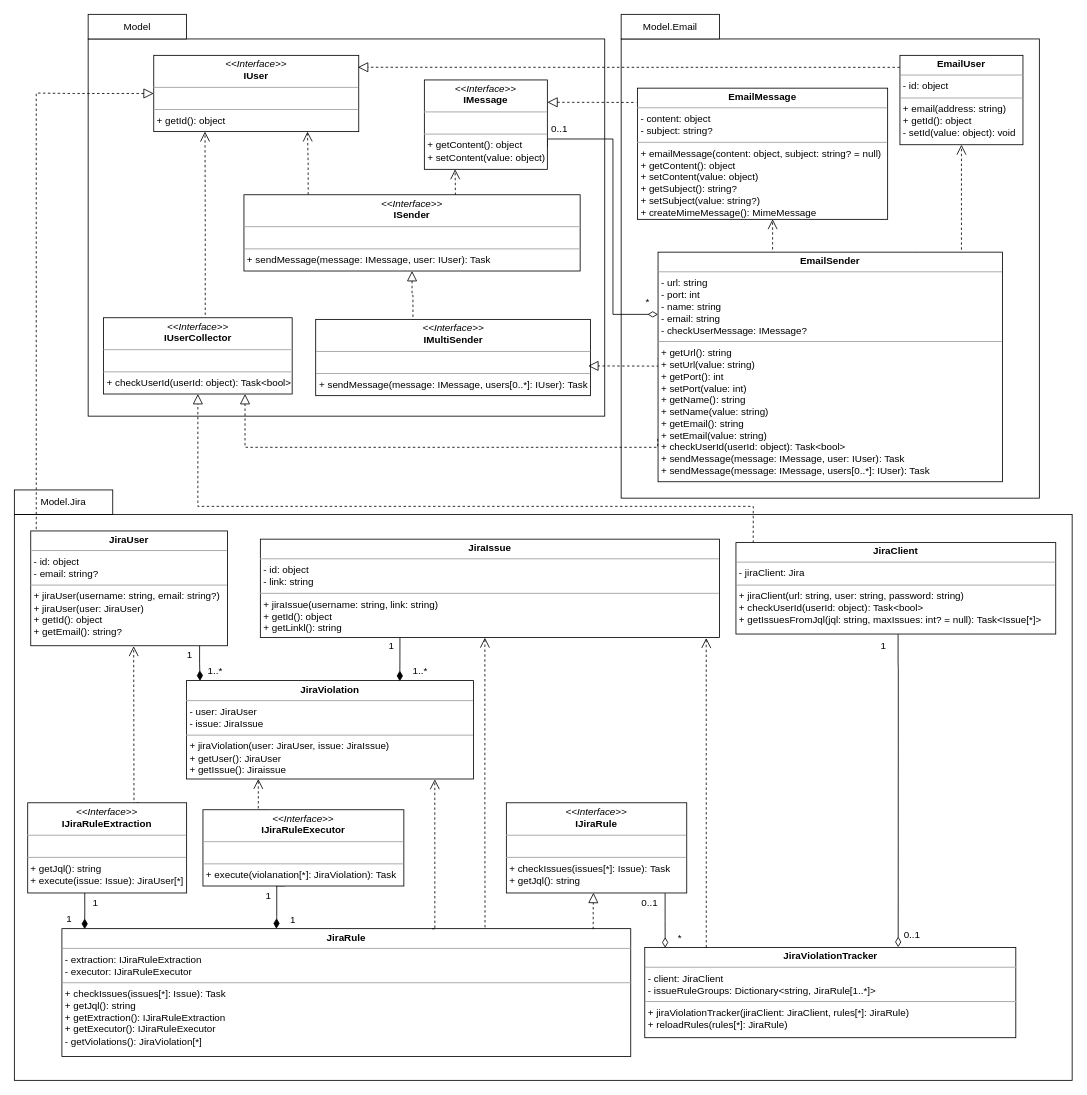
This is page "Class" (1 of 3) of docs/Diagrams.drawio from FolderMaster/Notifier, a draw.io file, before an edit. Source tidied: cells renumbered, new cells numbered last; positions are measured from the earlier drawing's top-left corner, leaving out a move shared by most shapes. Both pictures are drawn from the tidied source at 82%, with x=0, y=0 at pixel (14, 14).
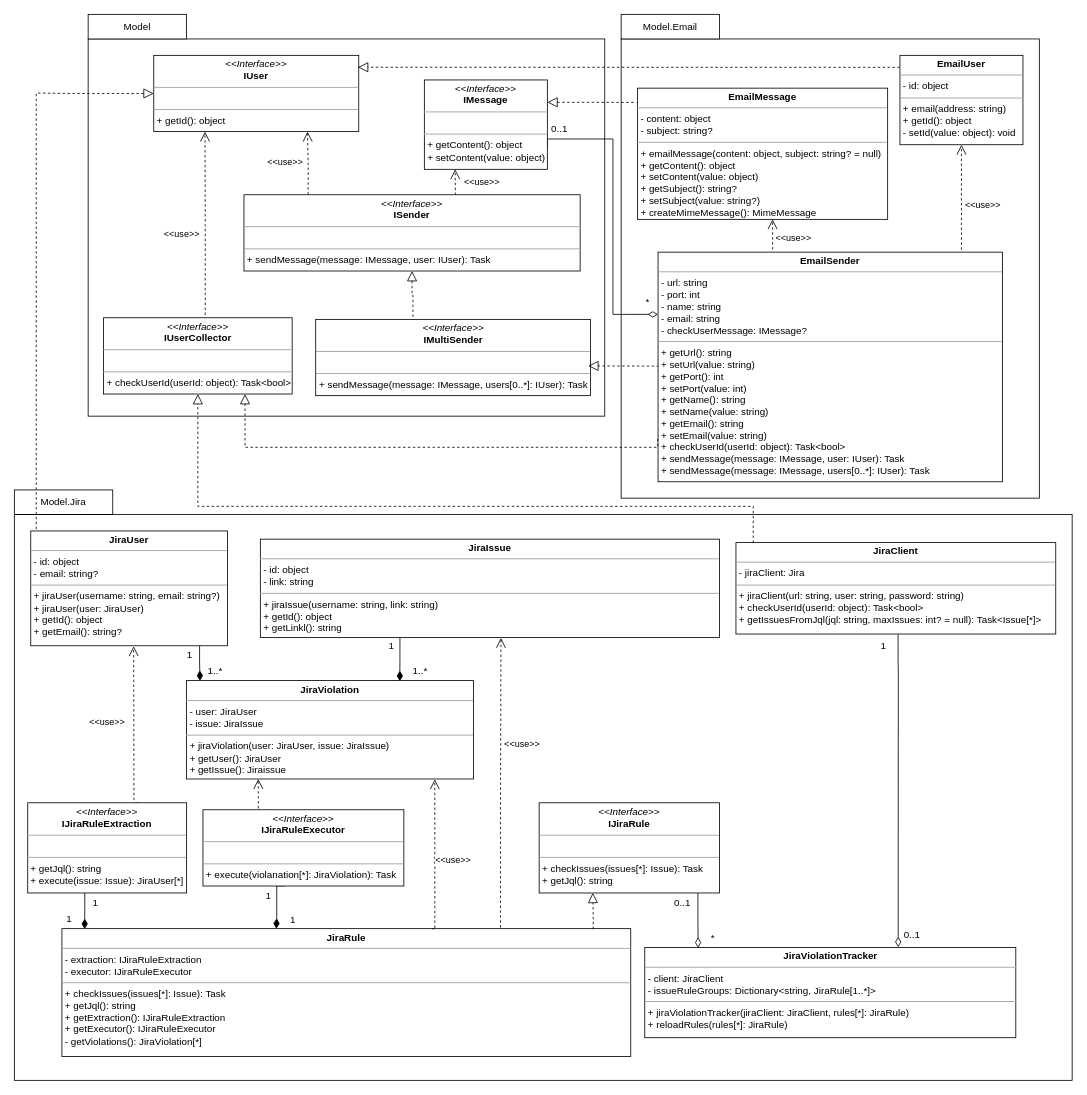
The same diagram, later.

The change refers to these unchanged cells:
```xml
<mxCell id="7" style="edgeStyle=orthogonalEdgeStyle;rounded=0;jettySize=auto;html=1;exitX=0.191;exitY=-0.002;exitDx=0;exitDy=0;entryX=0.75;entryY=1;entryDx=0;entryDy=0;endArrow=open;endFill=0;dashed=1;endSize=10;exitPerimeter=0;" parent="1" edge="1" source="9" target="19">
  <mxGeometry relative="1" as="geometry" />
</mxCell>
<mxCell id="8" style="edgeStyle=orthogonalEdgeStyle;rounded=0;jettySize=auto;html=1;exitX=0.629;exitY=0.004;exitDx=0;exitDy=0;entryX=0.25;entryY=1;entryDx=0;entryDy=0;endArrow=open;endFill=0;endSize=10;dashed=1;exitPerimeter=0;" parent="1" edge="1" source="9" target="12">
  <mxGeometry relative="1" as="geometry" />
</mxCell>
<mxCell id="26" style="edgeStyle=orthogonalEdgeStyle;rounded=0;jettySize=auto;html=1;exitX=0.7;exitY=0.002;exitDx=0;exitDy=0;entryX=0.523;entryY=1.004;entryDx=0;entryDy=0;dashed=1;endArrow=open;endFill=0;endSize=10;entryPerimeter=0;exitPerimeter=0;" parent="1" edge="1" source="28" target="21">
  <mxGeometry relative="1" as="geometry">
    <Array as="points">
      <mxPoint x="146" y="1014" />
      <mxPoint x="146" y="1014" />
    </Array>
  </mxGeometry>
</mxCell>
<mxCell id="29" value="&lt;p style=&quot;margin:0px;margin-top:4px;text-align:center;&quot;&gt;&lt;b&gt;JiraViolationTracker&lt;/b&gt;&lt;br&gt;&lt;/p&gt;&lt;hr size=&quot;1&quot;&gt;&lt;p style=&quot;margin:0px;margin-left:4px;&quot;&gt;&lt;span style=&quot;background-color: initial;&quot;&gt;- client: JiraClient&lt;/span&gt;&lt;br&gt;&lt;/p&gt;&lt;p style=&quot;margin: 0px 0px 0px 4px;&quot;&gt;- issueRuleGroups: Dictionary&amp;lt;string, JiraRule[1..*]&amp;gt;&lt;/p&gt;&lt;hr size=&quot;1&quot;&gt;&lt;p style=&quot;margin: 0px 0px 0px 4px;&quot;&gt;&lt;span style=&quot;background-color: initial;&quot;&gt;+ j&lt;/span&gt;&lt;span style=&quot;text-align: center;&quot;&gt;iraViolationTracker&lt;/span&gt;&lt;span style=&quot;background-color: initial;&quot;&gt;(&lt;/span&gt;&lt;span style=&quot;background-color: initial;&quot;&gt;jiraClient:&amp;nbsp;&lt;/span&gt;&lt;span style=&quot;background-color: initial;&quot;&gt;JiraClient&lt;/span&gt;&lt;span style=&quot;background-color: initial;&quot;&gt;, rules[*]:&amp;nbsp;&lt;/span&gt;&lt;span style=&quot;background-color: initial;&quot;&gt;JiraRule&lt;/span&gt;&lt;span style=&quot;background-color: initial;&quot;&gt;)&lt;/span&gt;&lt;/p&gt;&lt;p style=&quot;margin: 0px 0px 0px 4px;&quot;&gt;+&amp;nbsp;&lt;span style=&quot;background-color: initial;&quot;&gt;reloadRules(rules[*]: JiraRule)&lt;/span&gt;&lt;/p&gt;" style="verticalAlign=top;align=left;overflow=fill;fontSize=12;fontFamily=Helvetica;html=1;rounded=0;shadow=0;comic=0;labelBackgroundColor=none;strokeWidth=1;" parent="1" vertex="1">
  <mxGeometry x="768.8" y="1138" width="452.5" height="110" as="geometry" />
</mxCell>
<mxCell id="30" style="edgeStyle=orthogonalEdgeStyle;rounded=0;jettySize=auto;html=1;exitX=0.25;exitY=0;exitDx=0;exitDy=0;entryX=0.54;entryY=0.999;entryDx=0;entryDy=0;endArrow=open;endFill=0;dashed=1;endSize=10;entryPerimeter=0;" parent="1" edge="1" source="32" target="6">
  <mxGeometry relative="1" as="geometry">
    <Array as="points">
      <mxPoint x="925" y="346" />
    </Array>
  </mxGeometry>
</mxCell>
<mxCell id="31" style="edgeStyle=orthogonalEdgeStyle;rounded=0;jettySize=auto;html=1;exitX=0.75;exitY=0;exitDx=0;exitDy=0;entryX=0.5;entryY=1;entryDx=0;entryDy=0;endArrow=open;endFill=0;dashed=1;endSize=10;" parent="1" edge="1" source="32" target="34">
  <mxGeometry relative="1" as="geometry">
    <Array as="points">
      <mxPoint x="1155" y="300" />
    </Array>
  </mxGeometry>
</mxCell>
<mxCell id="37" value="&lt;p style=&quot;margin:0px;margin-top:4px;text-align:center;&quot;&gt;&lt;b&gt;JiraIssue&lt;/b&gt;&lt;/p&gt;&lt;hr size=&quot;1&quot;&gt;&lt;p style=&quot;margin:0px;margin-left:4px;&quot;&gt;- id: object&lt;br&gt;&lt;/p&gt;&lt;p style=&quot;margin:0px;margin-left:4px;&quot;&gt;- link: string&lt;/p&gt;&lt;hr size=&quot;1&quot;&gt;&lt;p style=&quot;margin: 0px 0px 0px 4px;&quot;&gt;&lt;span style=&quot;background-color: initial;&quot;&gt;+ jiraIssue(username: string, link: string&lt;/span&gt;&lt;span style=&quot;background-color: initial;&quot;&gt;)&lt;/span&gt;&lt;/p&gt;&lt;p style=&quot;margin: 0px 0px 0px 4px;&quot;&gt;+ get&lt;span style=&quot;background-color: initial;&quot;&gt;Id(&lt;/span&gt;&lt;span style=&quot;background-color: initial;&quot;&gt;): object&lt;/span&gt;&lt;/p&gt;&lt;p style=&quot;margin: 0px 0px 0px 4px;&quot;&gt;&lt;span style=&quot;background-color: initial;&quot;&gt;+&amp;nbsp;&lt;/span&gt;&lt;span style=&quot;background-color: initial;&quot;&gt;getLinkl(&lt;/span&gt;&lt;span style=&quot;background-color: initial;&quot;&gt;): string&lt;/span&gt;&lt;/p&gt;" style="verticalAlign=top;align=left;overflow=fill;fontSize=12;fontFamily=Helvetica;html=1;rounded=0;shadow=0;comic=0;labelBackgroundColor=none;strokeWidth=1;" parent="1" vertex="1">
  <mxGeometry x="300" y="640" width="560" height="120" as="geometry" />
</mxCell>
<mxCell id="39" value="&lt;p style=&quot;margin:0px;margin-top:4px;text-align:center;&quot;&gt;&lt;b&gt;JiraRule&lt;/b&gt;&lt;/p&gt;&lt;hr size=&quot;1&quot;&gt;&lt;p style=&quot;margin:0px;margin-left:4px;&quot;&gt;- extraction: IJiraRuleExtraction&lt;br&gt;&lt;/p&gt;&lt;p style=&quot;margin:0px;margin-left:4px;&quot;&gt;- executor: IJiraRuleExecutor&lt;/p&gt;&lt;hr size=&quot;1&quot;&gt;&lt;p style=&quot;margin: 0px 0px 0px 4px;&quot;&gt;&lt;span style=&quot;background-color: initial;&quot;&gt;+&amp;nbsp;&lt;/span&gt;&lt;span style=&quot;background-color: initial;&quot;&gt;checkIssues(issues&lt;/span&gt;&lt;span style=&quot;background-color: initial;&quot;&gt;[*]&lt;/span&gt;&lt;span style=&quot;background-color: initial;&quot;&gt;:&amp;nbsp;&lt;/span&gt;&lt;span style=&quot;background-color: initial;&quot;&gt;Issue): Task&lt;/span&gt;&lt;/p&gt;&lt;p style=&quot;margin: 0px 0px 0px 4px;&quot;&gt;+ get&lt;span style=&quot;background-color: initial;&quot;&gt;Jql(): string&lt;/span&gt;&lt;/p&gt;&lt;p style=&quot;margin: 0px 0px 0px 4px;&quot;&gt;&lt;span style=&quot;background-color: initial;&quot;&gt;+ getExtraction():&amp;nbsp;&lt;/span&gt;IJiraRule&lt;span style=&quot;background-color: initial; text-align: left;&quot;&gt;Extraction&lt;br&gt;+ &lt;/span&gt;&lt;span style=&quot;background-color: initial;&quot;&gt;get&lt;/span&gt;Executor&lt;span style=&quot;background-color: initial;&quot;&gt;():&amp;nbsp;&lt;/span&gt;IJiraRuleExecutor&lt;span style=&quot;background-color: initial;&quot;&gt;&lt;/span&gt;&lt;/p&gt;&lt;p style=&quot;margin: 0px 0px 0px 4px;&quot;&gt;&lt;span style=&quot;background-color: initial;&quot;&gt;-&amp;nbsp;&lt;/span&gt;&lt;span style=&quot;background-color: initial;&quot;&gt;getViolations():&amp;nbsp;&lt;/span&gt;&lt;span style=&quot;background-color: initial;&quot;&gt;JiraViolation[*]&lt;/span&gt;&lt;/p&gt;" style="verticalAlign=top;align=left;overflow=fill;fontSize=12;fontFamily=Helvetica;html=1;rounded=0;shadow=0;comic=0;labelBackgroundColor=none;strokeWidth=1;" parent="1" vertex="1">
  <mxGeometry x="58" y="1115" width="693.7" height="156" as="geometry" />
</mxCell>
<mxCell id="40" style="edgeStyle=orthogonalEdgeStyle;rounded=0;jettySize=auto;html=1;exitX=0.539;exitY=-0.037;exitDx=0;exitDy=0;entryX=0.25;entryY=1;entryDx=0;entryDy=0;endArrow=open;endFill=0;dashed=1;endSize=10;exitPerimeter=0;" parent="1" edge="1" source="42" target="19">
  <mxGeometry relative="1" as="geometry" />
</mxCell>
<mxCell id="60" style="edgeStyle=orthogonalEdgeStyle;rounded=0;jettySize=auto;html=1;exitX=0.655;exitY=0.001;exitDx=0;exitDy=0;entryX=0.865;entryY=1.003;entryDx=0;entryDy=0;endArrow=open;endFill=0;endSize=10;dashed=1;exitPerimeter=0;entryPerimeter=0;" parent="1" edge="1" source="39" target="22">
  <mxGeometry relative="1" as="geometry">
    <Array as="points">
      <mxPoint x="510" y="1115" />
      <mxPoint x="513" y="1115" />
    </Array>
  </mxGeometry>
</mxCell>
```

The edit, as a diff of the source:
```diff
@@
+    <mxCell id="64" value="&amp;lt;&amp;lt;use&amp;gt;&amp;gt;" style="edgeLabel;html=1;align=center;verticalAlign=middle;" parent="7" vertex="1">
+      <mxGeometry x="0.28" y="1" relative="1" as="geometry">
+        <mxPoint x="-27" y="9" as="offset" />
+      </mxGeometry>
+    </mxCell>
@@
+    <mxCell id="65" value="&amp;lt;&amp;lt;use&amp;gt;&amp;gt;" style="edgeLabel;html=1;align=center;verticalAlign=middle;" parent="8" vertex="1">
+      <mxGeometry x="-0.01" y="-2" relative="1" as="geometry">
+        <mxPoint x="30" as="offset" />
+      </mxGeometry>
+    </mxCell>
@@
+    <mxCell id="66" value="&amp;lt;&amp;lt;use&amp;gt;&amp;gt;" style="edgeLabel;html=1;align=center;verticalAlign=middle;" parent="26" vertex="1">
+      <mxGeometry x="0.39" relative="1" as="geometry">
+        <mxPoint x="-33" as="offset" />
+      </mxGeometry>
+    </mxCell>
@@
+    <mxCell id="67" value="&amp;lt;&amp;lt;use&amp;gt;&amp;gt;" style="edgeLabel;html=1;align=center;verticalAlign=middle;" parent="30" vertex="1">
+      <mxGeometry x="0.75" relative="1" as="geometry">
+        <mxPoint x="25" as="offset" />
+      </mxGeometry>
+    </mxCell>
@@
+    <mxCell id="68" value="&amp;lt;&amp;lt;use&amp;gt;&amp;gt;" style="edgeLabel;html=1;align=center;verticalAlign=middle;" parent="31" vertex="1">
+      <mxGeometry x="0.29" y="-3" relative="1" as="geometry">
+        <mxPoint x="22" as="offset" />
+      </mxGeometry>
+    </mxCell>
@@
-    <mxCell id="36" style="edgeStyle=orthogonalEdgeStyle;rounded=0;jettySize=auto;html=1;exitX=0.971;exitY=1.005;exitDx=0;exitDy=0;dashed=1;endArrow=none;endFill=0;startArrow=open;startFill=0;startSize=10;exitPerimeter=0;entryX=0.166;entryY=-0.001;entryDx=0;entryDy=0;entryPerimeter=0;" parent="1" edge="1" source="37" target="29">
-      <mxGeometry relative="1" as="geometry">
-        <Array as="points">
-          <mxPoint x="844" y="1138" />
-          <mxPoint x="842" y="1138" />
-        </Array>
-      </mxGeometry>
-    </mxCell>
@@
-    <mxCell id="38" style="edgeStyle=orthogonalEdgeStyle;rounded=0;jettySize=auto;html=1;exitX=0.88;exitY=1.003;exitDx=0;exitDy=0;endArrow=diamondThin;endFill=0;endSize=10;exitPerimeter=0;entryX=0.055;entryY=0.003;entryDx=0;entryDy=0;entryPerimeter=0;" parent="1" edge="1" source="58" target="29">
+    <mxCell id="38" style="edgeStyle=orthogonalEdgeStyle;rounded=0;jettySize=auto;html=1;exitX=0.88;exitY=1.003;exitDx=0;exitDy=0;endArrow=diamondThin;endFill=0;endSize=10;exitPerimeter=0;entryX=0.144;entryY=0.004;entryDx=0;entryDy=0;entryPerimeter=0;" parent="1" edge="1" source="58" target="29">
       <mxGeometry relative="1" as="geometry" />
     </mxCell>
@@
+    <mxCell id="69" value="&amp;lt;&amp;lt;use&amp;gt;&amp;gt;" style="edgeLabel;html=1;align=center;verticalAlign=middle;" parent="40" vertex="1">
+      <mxGeometry x="0.24" y="1" relative="1" as="geometry">
+        <mxPoint x="-28" y="40" as="offset" />
+      </mxGeometry>
+    </mxCell>
@@
     <mxCell id="52" value="0..1" style="text;html=1;align=center;verticalAlign=middle;whiteSpace=wrap;rounded=0;" parent="1" vertex="1">
-      <mxGeometry x="760" y="1071.5" width="30" height="25" as="geometry" />
+      <mxGeometry x="800" y="1071.5" width="30" height="25" as="geometry" />
     </mxCell>
     <mxCell id="53" value="*" style="text;html=1;align=center;verticalAlign=middle;whiteSpace=wrap;rounded=0;" parent="1" vertex="1">
-      <mxGeometry x="802.5" y="1113" width="17.5" height="25" as="geometry" />
+      <mxGeometry x="842.5" y="1113" width="17.5" height="25" as="geometry" />
     </mxCell>
@@
     <mxCell id="58" value="&lt;p style=&quot;margin: 4px 0px 0px;&quot;&gt;&lt;i&gt;&amp;lt;&amp;lt;Interface&amp;gt;&amp;gt;&lt;/i&gt;&lt;br&gt;&lt;b&gt;IJiraRule&lt;/b&gt;&lt;/p&gt;&lt;hr size=&quot;1&quot;&gt;&lt;p style=&quot;margin:0px;margin-left:4px;&quot;&gt;&lt;br&gt;&lt;/p&gt;&lt;hr size=&quot;1&quot;&gt;&lt;p style=&quot;text-align: left; margin: 0px 0px 0px 4px;&quot;&gt;+ checkIssues(issues&lt;span style=&quot;background-color: initial;&quot;&gt;[*]&lt;/span&gt;&lt;span style=&quot;background-color: initial;&quot;&gt;:&amp;nbsp;&lt;/span&gt;&lt;span style=&quot;background-color: initial;&quot;&gt;Issue): Task&lt;/span&gt;&lt;/p&gt;&lt;p style=&quot;text-align: left; margin: 0px 0px 0px 4px;&quot;&gt;&lt;span style=&quot;background-color: initial;&quot;&gt;+ getJql(): string&lt;/span&gt;&lt;/p&gt;" style="verticalAlign=top;align=center;overflow=fill;fontSize=12;fontFamily=Helvetica;html=1;rounded=0;shadow=0;comic=0;labelBackgroundColor=none;strokeWidth=1;" parent="1" vertex="1">
-      <mxGeometry x="600" y="961.5" width="220" height="110" as="geometry" />
+      <mxGeometry x="640" y="961.5" width="220" height="110" as="geometry" />
     </mxCell>
-    <mxCell id="59" style="edgeStyle=orthogonalEdgeStyle;rounded=0;jettySize=auto;html=1;entryX=0.483;entryY=0.998;entryDx=0;entryDy=0;endArrow=block;endFill=0;dashed=1;endSize=10;exitX=0.934;exitY=0.004;exitDx=0;exitDy=0;exitPerimeter=0;entryPerimeter=0;" parent="1" edge="1" source="39" target="58">
+    <mxCell id="59" style="edgeStyle=orthogonalEdgeStyle;rounded=0;jettySize=auto;html=1;entryX=0.297;entryY=0.998;entryDx=0;entryDy=0;endArrow=block;endFill=0;dashed=1;endSize=10;exitX=0.934;exitY=0.004;exitDx=0;exitDy=0;exitPerimeter=0;entryPerimeter=0;" parent="1" edge="1" source="39" target="58">
       <mxGeometry relative="1" as="geometry" />
     </mxCell>
@@
+    <mxCell id="70" value="&amp;lt;&amp;lt;use&amp;gt;&amp;gt;" style="edgeLabel;html=1;align=center;verticalAlign=middle;" parent="60" vertex="1">
+      <mxGeometry x="0.18" y="-3" relative="1" as="geometry">
+        <mxPoint x="19" y="21" as="offset" />
+      </mxGeometry>
+    </mxCell>
-    <mxCell id="61" style="edgeStyle=orthogonalEdgeStyle;rounded=0;jettySize=auto;html=1;dashed=1;endArrow=none;endFill=0;startArrow=open;startFill=0;startSize=10;exitX=0.489;exitY=1.002;exitDx=0;exitDy=0;exitPerimeter=0;entryX=0.746;entryY=-0.004;entryDx=0;entryDy=0;entryPerimeter=0;" parent="1" edge="1" source="37" target="39">
+    <mxCell id="61" style="edgeStyle=orthogonalEdgeStyle;rounded=0;jettySize=auto;html=1;dashed=1;endArrow=none;endFill=0;startArrow=open;startFill=0;startSize=10;exitX=0.524;exitY=1.004;exitDx=0;exitDy=0;exitPerimeter=0;entryX=0.771;entryY=0.001;entryDx=0;entryDy=0;entryPerimeter=0;" parent="1" edge="1" source="37" target="39">
       <mxGeometry relative="1" as="geometry">
         <Array as="points">
-          <mxPoint x="574" y="976" />
-          <mxPoint x="574" y="1154" />
+          <mxPoint x="593" y="976" />
+          <mxPoint x="593" y="976" />
+          <mxPoint x="593" y="1115" />
         </Array>
       </mxGeometry>
     </mxCell>
+    <mxCell id="71" value="&amp;lt;&amp;lt;use&amp;gt;&amp;gt;" style="edgeLabel;html=1;align=center;verticalAlign=middle;" parent="61" vertex="1">
+      <mxGeometry x="0.01" relative="1" as="geometry">
+        <mxPoint x="26" y="-50" as="offset" />
+      </mxGeometry>
+    </mxCell>
```
